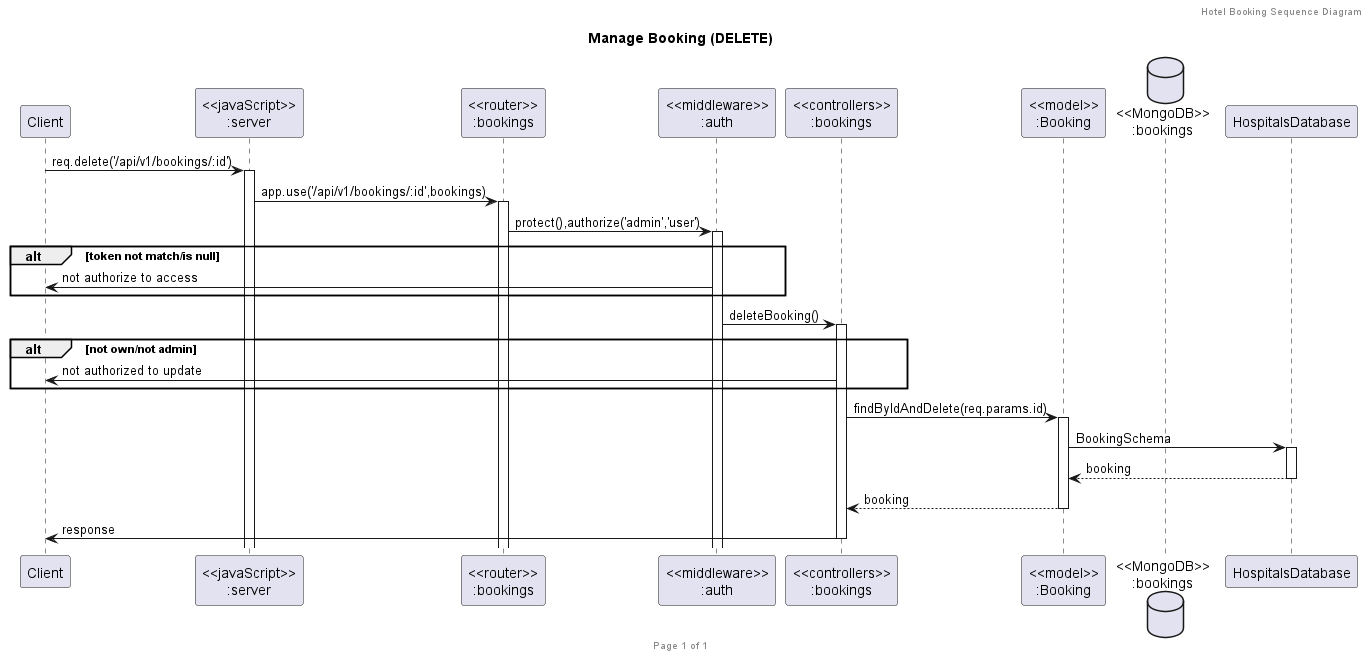
2110503TACEDT66/presentation-day-1-drift keeps this PlantUML diagram as out/Hotel_pumls/deleteBooking/Manage Booking (DELETE).png. Above is the earlier version.
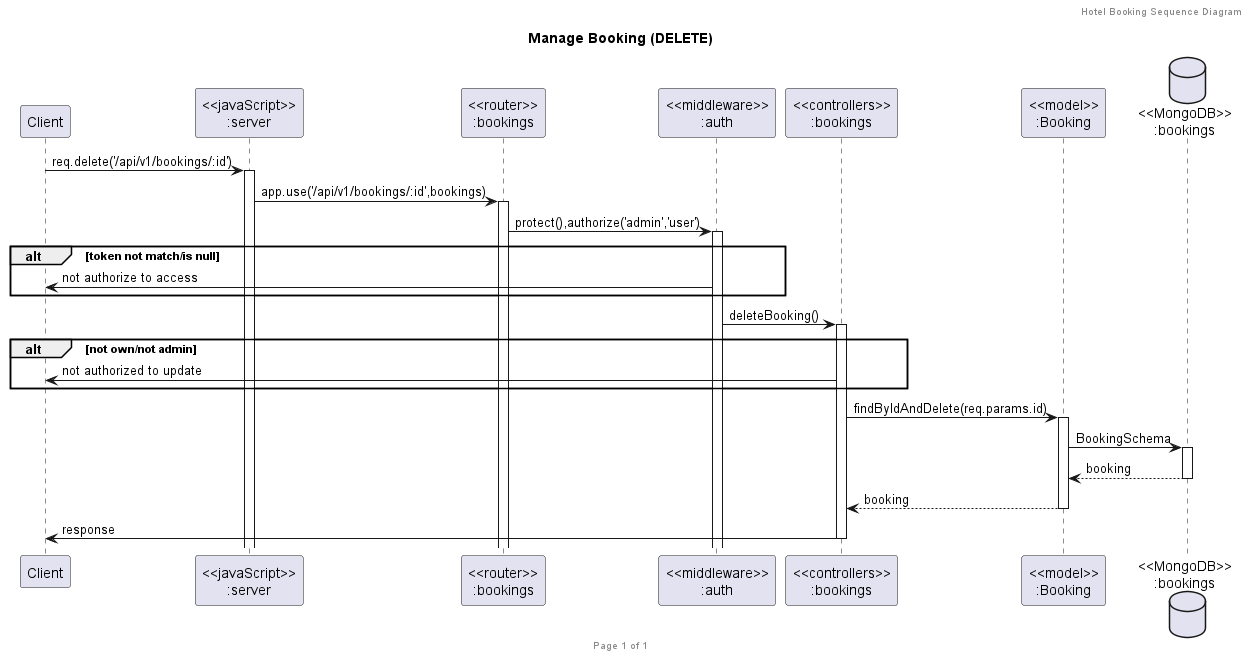
Later version of the same file.

Commit message:
deleteBooking export changed

Diff of the diagram source:
```diff
@@ -28,8 +28,8 @@
 end
 
 controllersBookings->modelBooking ++:findByIdAndDelete(req.params.id)
-modelBooking ->HospitalsDatabase ++: BookingSchema
-HospitalsDatabase --> modelBooking --: booking
+modelBooking ->BookingsDatabase ++: BookingSchema
+BookingsDatabase --> modelBooking --: booking
 controllersBookings <-- modelBooking --:booking
 controllersBookings->client --:response
 
```
